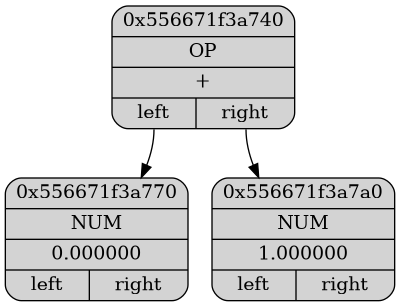
ashqqy/Differentiation keeps this Graphviz diagram as Dump/dump.png. Above is the earlier version. Its source is kept beside it as Dump/dump.dot.
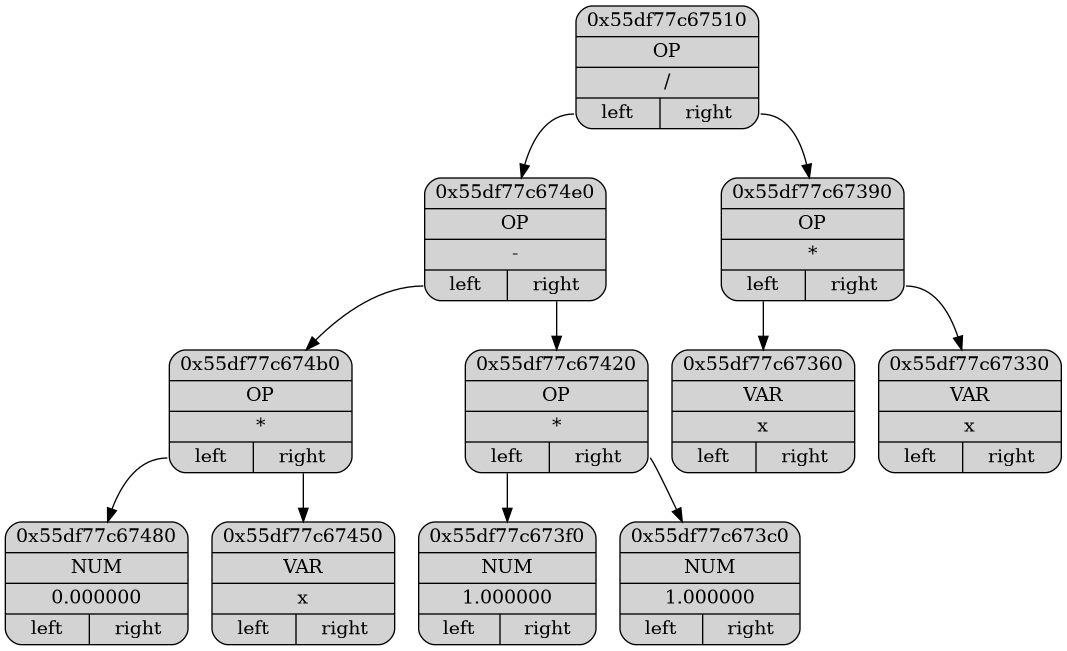
Later version of the same file.

Diff of the diagram source:
```diff
@@ -2,10 +2,26 @@
 {
 node[shape="record", style="rounded, filled"];
 
-p0x556671f3a740[label = "{ <ptr> 0x556671f3a740 |<type> OP | <data>+| { <l>left|<r>right } }"];
-p0x556671f3a770[label = "{ <ptr> 0x556671f3a770 |<type> NUM | <data>0.000000| { <l>left|<r>right } }"];
-p0x556671f3a7a0[label = "{ <ptr> 0x556671f3a7a0 |<type> NUM | <data>1.000000| { <l>left|<r>right } }"];
+p0x55df77c67510[label = "{ <ptr> 0x55df77c67510 |<type> OP | <data>/| { <l>left|<r>right } }"];
+p0x55df77c674e0[label = "{ <ptr> 0x55df77c674e0 |<type> OP | <data>-| { <l>left|<r>right } }"];
+p0x55df77c674b0[label = "{ <ptr> 0x55df77c674b0 |<type> OP | <data>*| { <l>left|<r>right } }"];
+p0x55df77c67480[label = "{ <ptr> 0x55df77c67480 |<type> NUM | <data>0.000000| { <l>left|<r>right } }"];
+p0x55df77c67450[label = "{ <ptr> 0x55df77c67450 |<type> VAR | <data>x| { <l>left|<r>right } }"];
+p0x55df77c67420[label = "{ <ptr> 0x55df77c67420 |<type> OP | <data>*| { <l>left|<r>right } }"];
+p0x55df77c673f0[label = "{ <ptr> 0x55df77c673f0 |<type> NUM | <data>1.000000| { <l>left|<r>right } }"];
+p0x55df77c673c0[label = "{ <ptr> 0x55df77c673c0 |<type> NUM | <data>1.000000| { <l>left|<r>right } }"];
+p0x55df77c67390[label = "{ <ptr> 0x55df77c67390 |<type> OP | <data>*| { <l>left|<r>right } }"];
+p0x55df77c67360[label = "{ <ptr> 0x55df77c67360 |<type> VAR | <data>x| { <l>left|<r>right } }"];
+p0x55df77c67330[label = "{ <ptr> 0x55df77c67330 |<type> VAR | <data>x| { <l>left|<r>right } }"];
 
-p0x556671f3a740:<l> -> p0x556671f3a770
-p0x556671f3a740:<r> -> p0x556671f3a7a0
+p0x55df77c67510:<l> -> p0x55df77c674e0
+p0x55df77c674e0:<l> -> p0x55df77c674b0
+p0x55df77c674b0:<l> -> p0x55df77c67480
+p0x55df77c674b0:<r> -> p0x55df77c67450
+p0x55df77c674e0:<r> -> p0x55df77c67420
+p0x55df77c67420:<l> -> p0x55df77c673f0
+p0x55df77c67420:<r> -> p0x55df77c673c0
+p0x55df77c67510:<r> -> p0x55df77c67390
+p0x55df77c67390:<l> -> p0x55df77c67360
+p0x55df77c67390:<r> -> p0x55df77c67330
 }
```
